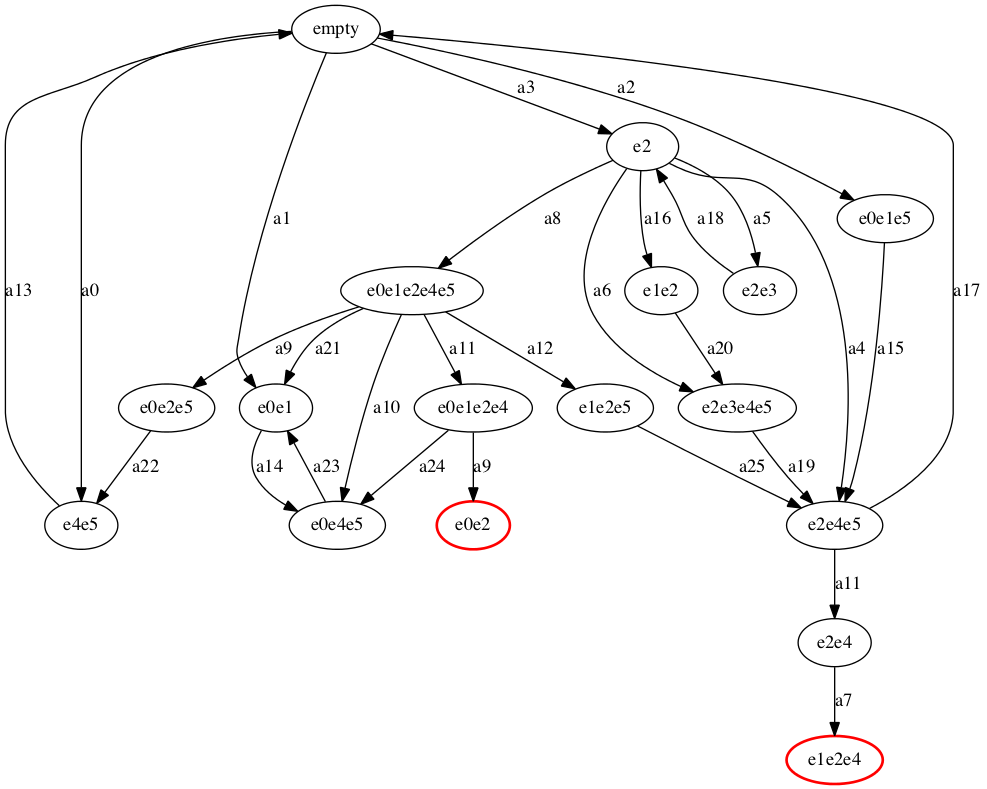
Before: tmp/full.png, a diagram exported from Graphviz (ryysd/PrototypePOR). Its source is kept beside it as tmp/full.dot.
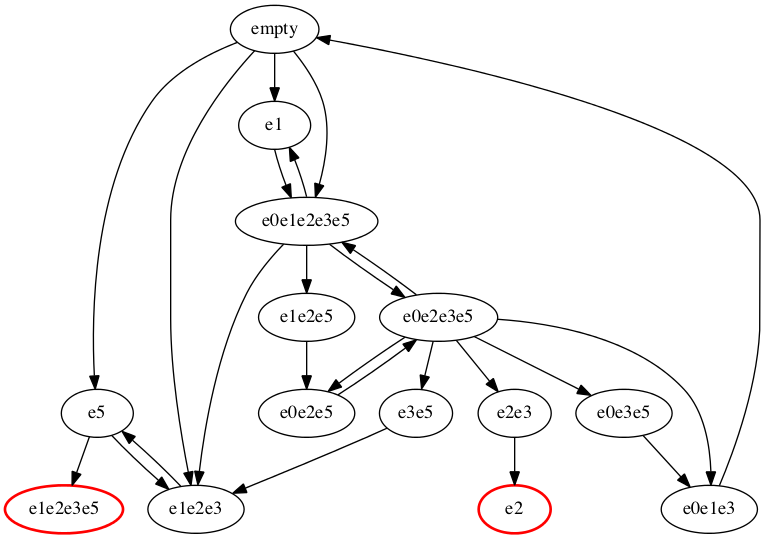
The same file after the commit.

The edit, as a diff of the source:
```diff
@@ -1,34 +1,29 @@
 strict digraph {
-  empty -> e4e5 [label="a0", ];
-  empty -> e0e1 [label="a1", ];
-  empty -> e0e1e5 [label="a2", ];
-  empty -> e2 [label="a3", ];
-  e2 -> e2e4e5 [label="a0", ];
-  e2 -> e2e4e5 [label="a4", ];
-  e2 -> e2e3 [label="a5", ];
-  e2 -> e2e3e4e5 [label="a6", ];
-  e2 -> e1e2 [label="a7", ];
-  e2 -> e0e1e2e4e5 [label="a8", ];
-  e2 -> e1e2 [label="a16", ];
-  e1e2 -> e2e3e4e5 [label="a20", ];
-  e2e3e4e5 -> e2e4e5 [label="a19", ];
-  e2e4e5 -> e2e4 [label="a11", ];
-  e2e4e5 -> empty [label="a17", ];
-  e2e4 -> e1e2e4 [label="a7", ];
-  e1e2e4 [color=red, style=bold]
-  e0e1e2e4e5 -> e0e2e5 [label="a9", ];
-  e0e1e2e4e5 -> e0e4e5 [label="a10", ];
-  e0e1e2e4e5 -> e0e1e2e4 [label="a11", ];
-  e0e1e2e4e5 -> e1e2e5 [label="a12", ];
-  e0e1e2e4e5 -> e0e1 [label="a21", ];
-  e0e1 -> e0e4e5 [label="a14", ];
-  e0e4e5 -> e0e1 [label="a23", ];
-  e1e2e5 -> e2e4e5 [label="a25", ];
-  e0e1e2e4 -> e0e2 [label="a9", ];
-  e0e1e2e4 -> e0e4e5 [label="a24", ];
-  e0e2 [color=red, style=bold]
-  e0e2e5 -> e4e5 [label="a22", ];
-  e4e5 -> empty [label="a13", ];
-  e2e3 -> e2 [label="a18", ];
-  e0e1e5 -> e2e4e5 [label="a15", ];
+  empty -> e5 empty -> e5 [];
+  empty -> e1e2e3 empty -> e1e2e3 [];
+  empty -> e1 empty -> e1 [];
+  empty -> e0e1e2e3e5 empty -> e0e1e2e3e5 [];
+  empty -> e5 empty -> e5 [];
+  e5 -> e1e2e3e5 e5 -> e1e2e3e5 [];
+  e5 -> e1e2e3 e5 -> e1e2e3 [];
+  e1e2e3 -> e5 e1e2e3 -> e5 [];
+  e1e2e3e5 [color=red, style=bold]
+  e0e1e2e3e5 -> e1e2e5 e0e1e2e3e5 -> e1e2e5 [];
+  e0e1e2e3e5 -> e1e2e3 e0e1e2e3e5 -> e1e2e3 [];
+  e0e1e2e3e5 -> e0e2e3e5 e0e1e2e3e5 -> e0e2e3e5 [];
+  e0e1e2e3e5 -> e1 e0e1e2e3e5 -> e1 [];
+  e1 -> e0e1e2e3e5 e1 -> e0e1e2e3e5 [];
+  e0e2e3e5 -> e2e3 e0e2e3e5 -> e2e3 [];
+  e0e2e3e5 -> e0e3e5 e0e2e3e5 -> e0e3e5 [];
+  e0e2e3e5 -> e3e5 e0e2e3e5 -> e3e5 [];
+  e0e2e3e5 -> e0e2e5 e0e2e3e5 -> e0e2e5 [];
+  e0e2e3e5 -> e0e1e3 e0e2e3e5 -> e0e1e3 [];
+  e0e2e3e5 -> e0e1e2e3e5 e0e2e3e5 -> e0e1e2e3e5 [];
+  e0e1e3 -> empty e0e1e3 -> empty [];
+  e0e2e5 -> e0e2e3e5 e0e2e5 -> e0e2e3e5 [];
+  e3e5 -> e1e2e3 e3e5 -> e1e2e3 [];
+  e0e3e5 -> e0e1e3 e0e3e5 -> e0e1e3 [];
+  e2e3 -> e2 e2e3 -> e2 [];
+  e2 [color=red, style=bold]
+  e1e2e5 -> e0e2e5 e1e2e5 -> e0e2e5 [];
 }
```
